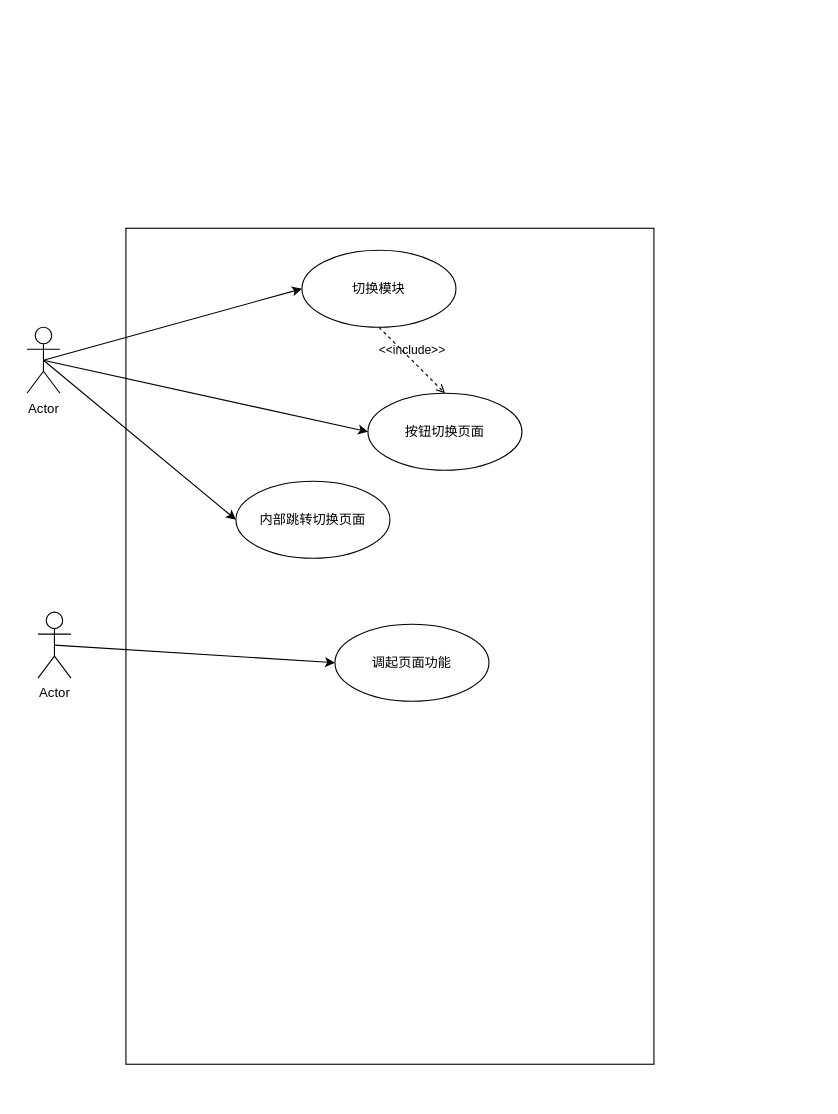
Above: 用例图.drawio.xml in chenminchn/UML (draw.io), before the change. Source tidied: cells renumbered, new cells numbered last; positions are measured from the earlier drawing's top-left corner, leaving out a move shared by most shapes. Both pictures are drawn from the tidied source at 110%, with x=0, y=0 at pixel (26, 228).
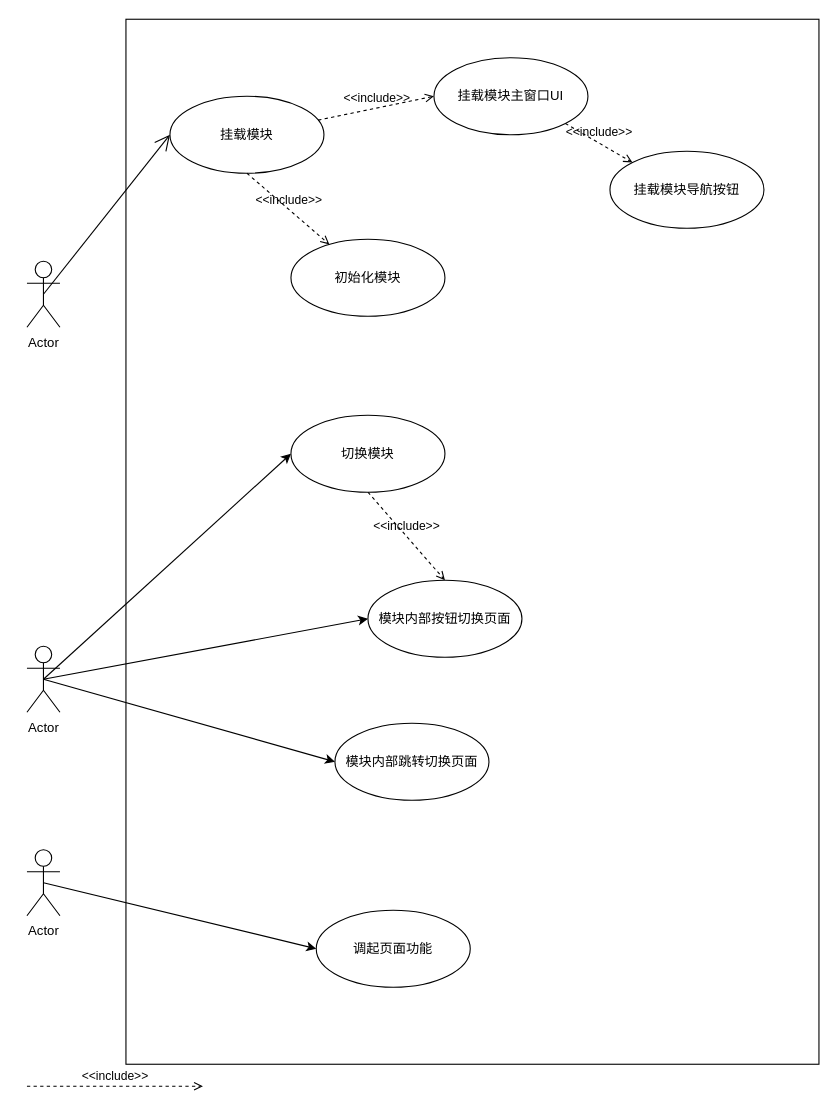
The same page after the edit.

What changed in the source:
```diff
@@
     <mxCell id="2" style="rounded=0;whiteSpace=wrap;html=1;" parent="1" vertex="1">
-      <mxGeometry x="90" width="480" height="760" as="geometry" />
+      <mxGeometry x="90" y="-190" width="630" height="950" as="geometry" />
     </mxCell>
@@
     <mxCell id="6" value="Actor" style="shape=umlActor;verticalLabelPosition=bottom;labelBackgroundColor=#ffffff;verticalAlign=top;html=1;" parent="1" vertex="1">
-      <mxGeometry y="90" width="30" height="60" as="geometry" />
+      <mxGeometry y="380" width="30" height="60" as="geometry" />
     </mxCell>
     <mxCell id="7" value="切换模块" style="ellipse;whiteSpace=wrap;html=1;" parent="1" vertex="1">
-      <mxGeometry x="250" y="20" width="140" height="70" as="geometry" />
+      <mxGeometry x="240" y="170" width="140" height="70" as="geometry" />
     </mxCell>
-    <mxCell id="8" value="按钮切换页面" style="ellipse;whiteSpace=wrap;html=1;" parent="1" vertex="1">
-      <mxGeometry x="310" y="150" width="140" height="70" as="geometry" />
+    <mxCell id="8" value="模块内部按钮切换页面" style="ellipse;whiteSpace=wrap;html=1;" parent="1" vertex="1">
+      <mxGeometry x="310" y="320" width="140" height="70" as="geometry" />
     </mxCell>
@@
     <mxCell id="11" value="Actor" style="shape=umlActor;verticalLabelPosition=bottom;labelBackgroundColor=#ffffff;verticalAlign=top;html=1;" parent="1" vertex="1">
-      <mxGeometry x="10" y="349" width="30" height="60" as="geometry" />
+      <mxGeometry y="565" width="30" height="60" as="geometry" />
     </mxCell>
     <mxCell id="12" value="调起页面功能" style="ellipse;whiteSpace=wrap;html=1;" parent="1" vertex="1">
-      <mxGeometry x="280" y="360" width="140" height="70" as="geometry" />
+      <mxGeometry x="263" y="620" width="140" height="70" as="geometry" />
     </mxCell>
-    <mxCell id="13" value="内部跳转切换页面" style="ellipse;whiteSpace=wrap;html=1;" parent="1" vertex="1">
-      <mxGeometry x="190" y="230" width="140" height="70" as="geometry" />
+    <mxCell id="13" value="模块内部跳转切换页面" style="ellipse;whiteSpace=wrap;html=1;" parent="1" vertex="1">
+      <mxGeometry x="280" y="450" width="140" height="70" as="geometry" />
     </mxCell>
+    <mxCell id="14" value="Actor" style="shape=umlActor;verticalLabelPosition=bottom;labelBackgroundColor=#ffffff;verticalAlign=top;html=1;" parent="1" vertex="1">
+      <mxGeometry y="30" width="30" height="60" as="geometry" />
+    </mxCell>
+    <mxCell id="15" value="挂载模块" style="ellipse;whiteSpace=wrap;html=1;" parent="1" vertex="1">
+      <mxGeometry x="130" y="-120" width="140" height="70" as="geometry" />
+    </mxCell>
+    <mxCell id="16" style="endArrow=open;endFill=1;endSize=12;html=1;exitX=0.5;exitY=0.5;exitDx=0;exitDy=0;exitPerimeter=0;entryX=0;entryY=0.5;entryDx=0;entryDy=0;" parent="1" edge="1" source="14" target="15">
+      <mxGeometry relative="1" as="geometry" />
+    </mxCell>
+    <mxCell id="17" value="&amp;lt;&amp;lt;include&amp;gt;&amp;gt;" style="edgeStyle=none;html=1;endArrow=open;verticalAlign=bottom;dashed=1;labelBackgroundColor=none;entryX=0;entryY=0.5;entryDx=0;entryDy=0;" parent="1" edge="1" source="15" target="18">
+      <mxGeometry relative="1" as="geometry" />
+    </mxCell>
+    <mxCell id="18" value="挂载模块主窗口UI" style="ellipse;whiteSpace=wrap;html=1;" parent="1" vertex="1">
+      <mxGeometry x="370" y="-155" width="140" height="70" as="geometry" />
+    </mxCell>
+    <mxCell id="19" value="初始化模块" style="ellipse;whiteSpace=wrap;html=1;" parent="1" vertex="1">
+      <mxGeometry x="240" y="10" width="140" height="70" as="geometry" />
+    </mxCell>
+    <mxCell id="20" value="&amp;lt;&amp;lt;include&amp;gt;&amp;gt;" style="edgeStyle=none;html=1;endArrow=open;verticalAlign=bottom;dashed=1;labelBackgroundColor=none;exitX=0.5;exitY=1;exitDx=0;exitDy=0;" parent="1" edge="1" source="15" target="19">
+      <mxGeometry relative="1" as="geometry" />
+    </mxCell>
+    <mxCell id="21" value="&amp;lt;&amp;lt;include&amp;gt;&amp;gt;" style="edgeStyle=none;html=1;endArrow=open;verticalAlign=bottom;dashed=1;labelBackgroundColor=none;" parent="1" edge="1">
+      <mxGeometry relative="1" as="geometry">
+        <mxPoint y="780" as="sourcePoint" />
+        <mxPoint x="160" y="780" as="targetPoint" />
+      </mxGeometry>
+    </mxCell>
+    <mxCell id="22" value="挂载模块导航按钮" style="ellipse;whiteSpace=wrap;html=1;" parent="1" vertex="1">
+      <mxGeometry x="530" y="-70" width="140" height="70" as="geometry" />
+    </mxCell>
+    <mxCell id="23" value="&amp;lt;&amp;lt;include&amp;gt;&amp;gt;" style="edgeStyle=none;html=1;endArrow=open;verticalAlign=bottom;dashed=1;labelBackgroundColor=none;entryX=0;entryY=0;entryDx=0;entryDy=0;exitX=1;exitY=1;exitDx=0;exitDy=0;" parent="1" edge="1" source="18" target="22">
+      <mxGeometry relative="1" as="geometry" />
+    </mxCell>
```
